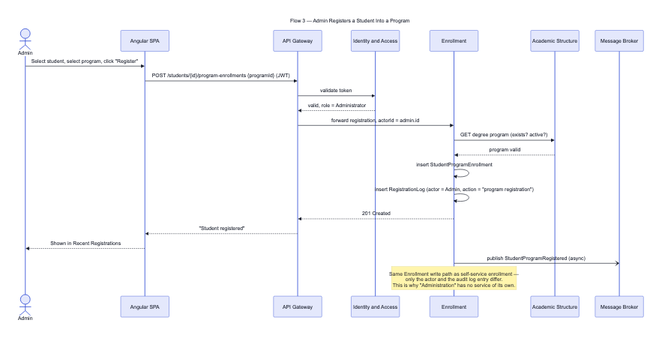
Above: docs/architecture/flow-03-admin-registration.png in ESD-ONE/University-Course-Management-System (Mermaid), before the change. Its source is kept beside it as docs/architecture/flow-03-admin-registration.mmd.
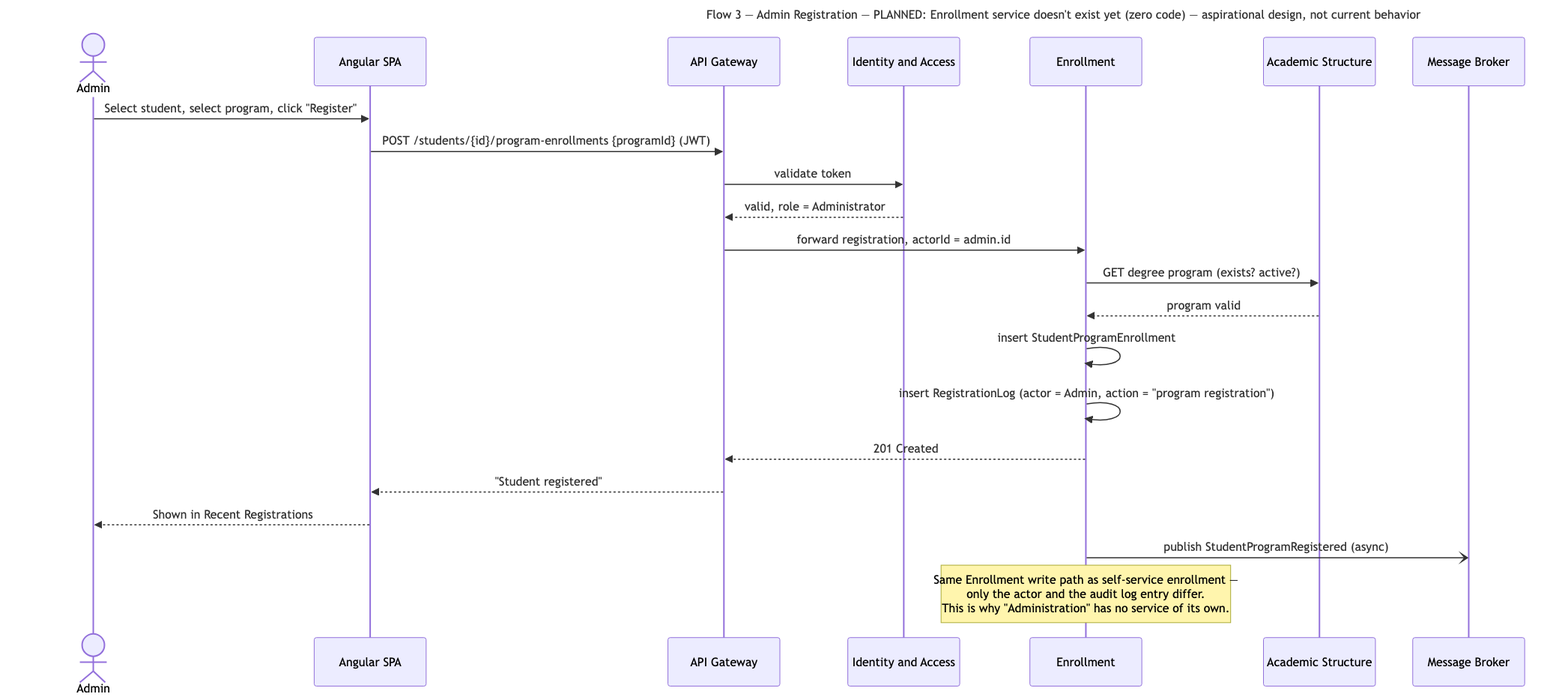
Later version of the same file.

Change to the diagram source:
```diff
@@ -1,5 +1,5 @@
 ---
-title: Flow 3 — Admin Registers a Student Into a Program
+title: "Flow 3 — Admin Registration — PLANNED: Enrollment service doesn't exist yet (zero code) — aspirational design, not current behavior"
 ---
 sequenceDiagram
     actor Admin
```
